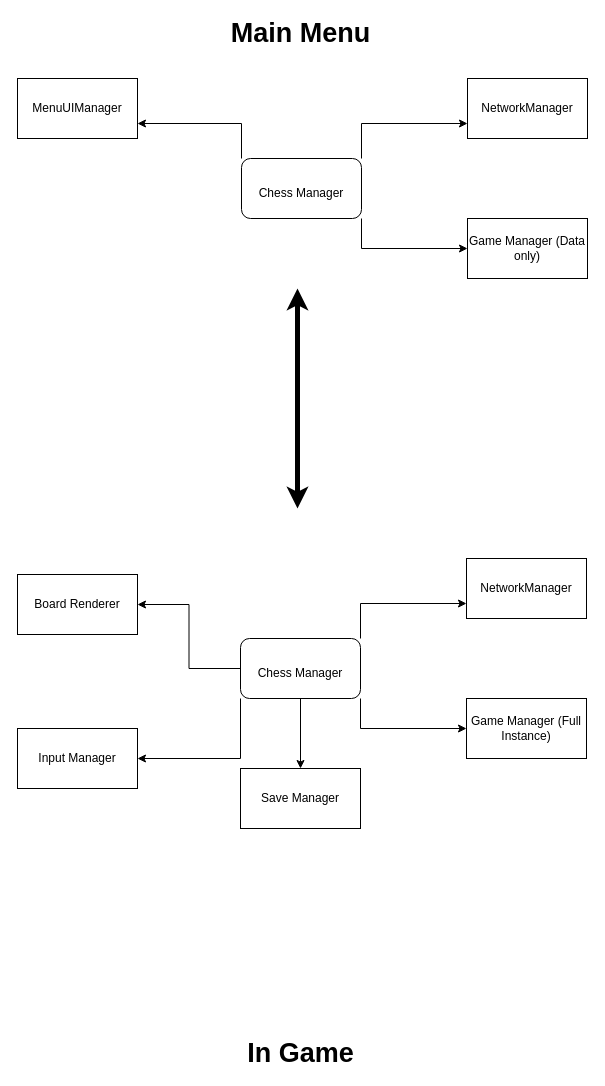
Earlier version of the draw.io diagram page "Chess Manager" (2 of 5) of Plan Diagram (draw.io).drawio (Robert-M-Lucas/NEA). Source tidied: cells renumbered, new cells numbered last; positions are measured from the earlier drawing's top-left corner, leaving out a move shared by most shapes. Both pictures are drawn from the tidied source at 100%, with x=0, y=0 at pixel (17, 18).
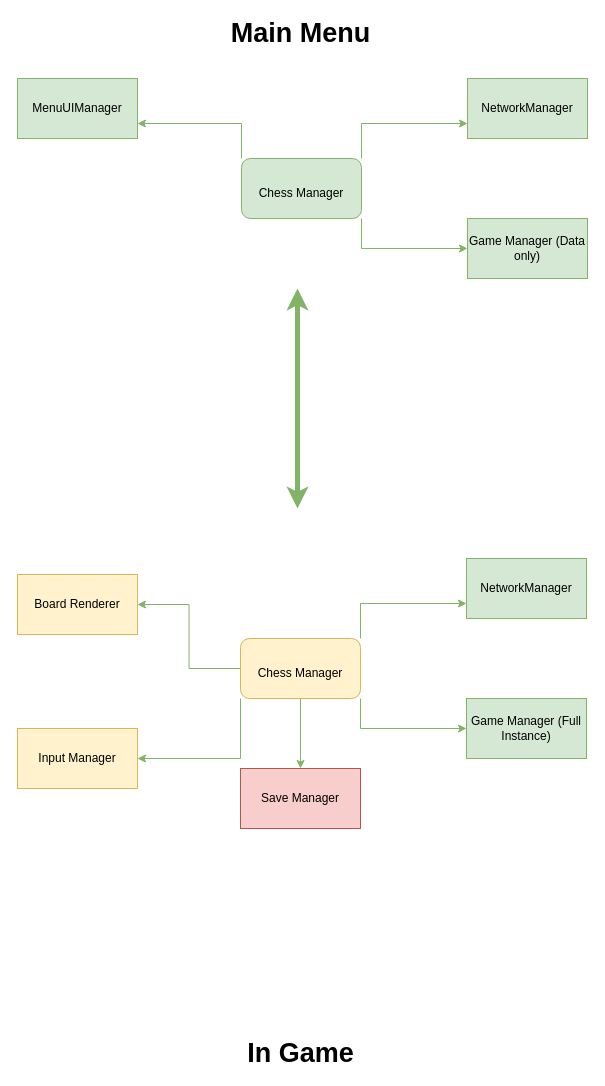
Above is the later version.

Diff of the diagram source:
```diff
@@
-    <mxCell id="4" style="edgeStyle=orthogonalEdgeStyle;rounded=0;jettySize=auto;html=1;exitX=0;exitY=0;exitDx=0;exitDy=0;entryX=1;entryY=0.75;entryDx=0;entryDy=0;fontSize=12;" parent="1" edge="1" source="7" target="8">
+    <mxCell id="4" style="edgeStyle=orthogonalEdgeStyle;rounded=0;jettySize=auto;html=1;exitX=0;exitY=0;exitDx=0;exitDy=0;entryX=1;entryY=0.75;entryDx=0;entryDy=0;fontSize=12;fillColor=#d5e8d4;strokeColor=#82b366;" parent="1" edge="1" source="7" target="8">
       <mxGeometry relative="1" as="geometry" />
     </mxCell>
-    <mxCell id="5" style="edgeStyle=orthogonalEdgeStyle;rounded=0;jettySize=auto;html=1;exitX=1;exitY=0;exitDx=0;exitDy=0;fontSize=12;entryX=0;entryY=0.75;entryDx=0;entryDy=0;" parent="1" edge="1" source="7" target="9">
+    <mxCell id="5" style="edgeStyle=orthogonalEdgeStyle;rounded=0;jettySize=auto;html=1;exitX=1;exitY=0;exitDx=0;exitDy=0;fontSize=12;entryX=0;entryY=0.75;entryDx=0;entryDy=0;fillColor=#d5e8d4;strokeColor=#82b366;" parent="1" edge="1" source="7" target="9">
       <mxGeometry relative="1" as="geometry" />
     </mxCell>
-    <mxCell id="6" style="edgeStyle=orthogonalEdgeStyle;rounded=0;jettySize=auto;html=1;exitX=1;exitY=1;exitDx=0;exitDy=0;entryX=0;entryY=0.5;entryDx=0;entryDy=0;fontSize=12;" parent="1" edge="1" source="7" target="10">
+    <mxCell id="6" style="edgeStyle=orthogonalEdgeStyle;rounded=0;jettySize=auto;html=1;exitX=1;exitY=1;exitDx=0;exitDy=0;entryX=0;entryY=0.5;entryDx=0;entryDy=0;fontSize=12;fillColor=#d5e8d4;strokeColor=#82b366;" parent="1" edge="1" source="7" target="10">
       <mxGeometry relative="1" as="geometry" />
     </mxCell>
-    <mxCell id="7" value="&lt;font style=&quot;font-size: 12px;&quot;&gt;Chess Manager&lt;/font&gt;" style="rounded=1;whiteSpace=wrap;html=1;fontSize=27;" parent="1" vertex="1">
+    <mxCell id="7" value="&lt;font style=&quot;font-size: 12px;&quot;&gt;Chess Manager&lt;/font&gt;" style="rounded=1;whiteSpace=wrap;html=1;fontSize=27;fillColor=#d5e8d4;strokeColor=#82b366;" parent="1" vertex="1">
       <mxGeometry x="224" y="140" width="120" height="60" as="geometry" />
     </mxCell>
-    <mxCell id="8" value="MenuUIManager" style="rounded=0;whiteSpace=wrap;html=1;fontSize=12;" parent="1" vertex="1">
+    <mxCell id="8" value="MenuUIManager" style="rounded=0;whiteSpace=wrap;html=1;fontSize=12;fillColor=#d5e8d4;strokeColor=#82b366;" parent="1" vertex="1">
       <mxGeometry y="60" width="120" height="60" as="geometry" />
     </mxCell>
-    <mxCell id="9" value="NetworkManager" style="rounded=0;whiteSpace=wrap;html=1;fontSize=12;" parent="1" vertex="1">
+    <mxCell id="9" value="NetworkManager" style="rounded=0;whiteSpace=wrap;html=1;fontSize=12;fillColor=#d5e8d4;strokeColor=#82b366;" parent="1" vertex="1">
       <mxGeometry x="450" y="60" width="120" height="60" as="geometry" />
     </mxCell>
-    <mxCell id="10" value="Game Manager (Data only)" style="rounded=0;whiteSpace=wrap;html=1;fontSize=12;" parent="1" vertex="1">
+    <mxCell id="10" value="Game Manager (Data only)" style="rounded=0;whiteSpace=wrap;html=1;fontSize=12;fillColor=#d5e8d4;strokeColor=#82b366;" parent="1" vertex="1">
       <mxGeometry x="450" y="200" width="120" height="60" as="geometry" />
     </mxCell>
-    <mxCell id="11" style="edgeStyle=orthogonalEdgeStyle;rounded=0;jettySize=auto;html=1;exitX=1;exitY=0;exitDx=0;exitDy=0;fontSize=12;entryX=0;entryY=0.75;entryDx=0;entryDy=0;" parent="1" edge="1" source="16" target="17">
+    <mxCell id="11" style="edgeStyle=orthogonalEdgeStyle;rounded=0;jettySize=auto;html=1;exitX=1;exitY=0;exitDx=0;exitDy=0;fontSize=12;entryX=0;entryY=0.75;entryDx=0;entryDy=0;fillColor=#d5e8d4;strokeColor=#82b366;" parent="1" edge="1" source="16" target="17">
       <mxGeometry relative="1" as="geometry" />
     </mxCell>
-    <mxCell id="12" style="edgeStyle=orthogonalEdgeStyle;rounded=0;jettySize=auto;html=1;exitX=1;exitY=1;exitDx=0;exitDy=0;entryX=0;entryY=0.5;entryDx=0;entryDy=0;fontSize=12;" parent="1" edge="1" source="16" target="18">
+    <mxCell id="12" style="edgeStyle=orthogonalEdgeStyle;rounded=0;jettySize=auto;html=1;exitX=1;exitY=1;exitDx=0;exitDy=0;entryX=0;entryY=0.5;entryDx=0;entryDy=0;fontSize=12;fillColor=#d5e8d4;strokeColor=#82b366;" parent="1" edge="1" source="16" target="18">
       <mxGeometry relative="1" as="geometry" />
     </mxCell>
-    <mxCell id="13" style="edgeStyle=orthogonalEdgeStyle;rounded=0;jettySize=auto;html=1;exitX=0.5;exitY=1;exitDx=0;exitDy=0;entryX=0.5;entryY=0;entryDx=0;entryDy=0;fontSize=12;" parent="1" edge="1" source="16" target="19">
+    <mxCell id="13" style="edgeStyle=orthogonalEdgeStyle;rounded=0;jettySize=auto;html=1;exitX=0.5;exitY=1;exitDx=0;exitDy=0;entryX=0.5;entryY=0;entryDx=0;entryDy=0;fontSize=12;fillColor=#d5e8d4;strokeColor=#82b366;" parent="1" edge="1" source="16" target="19">
       <mxGeometry relative="1" as="geometry" />
     </mxCell>
-    <mxCell id="14" style="edgeStyle=orthogonalEdgeStyle;rounded=0;jettySize=auto;html=1;exitX=0;exitY=1;exitDx=0;exitDy=0;entryX=1;entryY=0.5;entryDx=0;entryDy=0;fontSize=12;" parent="1" edge="1" source="16" target="20">
+    <mxCell id="14" style="edgeStyle=orthogonalEdgeStyle;rounded=0;jettySize=auto;html=1;exitX=0;exitY=1;exitDx=0;exitDy=0;entryX=1;entryY=0.5;entryDx=0;entryDy=0;fontSize=12;fillColor=#d5e8d4;strokeColor=#82b366;" parent="1" edge="1" source="16" target="20">
       <mxGeometry relative="1" as="geometry" />
     </mxCell>
-    <mxCell id="15" style="edgeStyle=orthogonalEdgeStyle;rounded=0;jettySize=auto;html=1;exitX=0;exitY=0.5;exitDx=0;exitDy=0;entryX=1;entryY=0.5;entryDx=0;entryDy=0;fontSize=12;" parent="1" edge="1" source="16" target="21">
+    <mxCell id="15" style="edgeStyle=orthogonalEdgeStyle;rounded=0;jettySize=auto;html=1;exitX=0;exitY=0.5;exitDx=0;exitDy=0;entryX=1;entryY=0.5;entryDx=0;entryDy=0;fontSize=12;fillColor=#d5e8d4;strokeColor=#82b366;" parent="1" edge="1" source="16" target="21">
       <mxGeometry relative="1" as="geometry" />
     </mxCell>
-    <mxCell id="16" value="&lt;font style=&quot;font-size: 12px;&quot;&gt;Chess Manager&lt;/font&gt;" style="rounded=1;whiteSpace=wrap;html=1;fontSize=27;" parent="1" vertex="1">
+    <mxCell id="16" value="&lt;font style=&quot;font-size: 12px;&quot;&gt;Chess Manager&lt;/font&gt;" style="rounded=1;whiteSpace=wrap;html=1;fontSize=27;fillColor=#fff2cc;strokeColor=#d6b656;" parent="1" vertex="1">
       <mxGeometry x="223" y="620" width="120" height="60" as="geometry" />
     </mxCell>
-    <mxCell id="17" value="NetworkManager" style="rounded=0;whiteSpace=wrap;html=1;fontSize=12;" parent="1" vertex="1">
+    <mxCell id="17" value="NetworkManager" style="rounded=0;whiteSpace=wrap;html=1;fontSize=12;fillColor=#d5e8d4;strokeColor=#82b366;" parent="1" vertex="1">
       <mxGeometry x="449" y="540" width="120" height="60" as="geometry" />
     </mxCell>
-    <mxCell id="18" value="Game Manager (Full Instance)" style="rounded=0;whiteSpace=wrap;html=1;fontSize=12;" parent="1" vertex="1">
+    <mxCell id="18" value="Game Manager (Full Instance)" style="rounded=0;whiteSpace=wrap;html=1;fontSize=12;fillColor=#d5e8d4;strokeColor=#82b366;" parent="1" vertex="1">
       <mxGeometry x="449" y="680" width="120" height="60" as="geometry" />
     </mxCell>
-    <mxCell id="19" value="Save Manager" style="rounded=0;whiteSpace=wrap;html=1;fontSize=12;" parent="1" vertex="1">
+    <mxCell id="19" value="Save Manager" style="rounded=0;whiteSpace=wrap;html=1;fontSize=12;fillColor=#f8cecc;strokeColor=#b85450;" parent="1" vertex="1">
       <mxGeometry x="223" y="750" width="120" height="60" as="geometry" />
     </mxCell>
-    <mxCell id="20" value="Input Manager" style="rounded=0;whiteSpace=wrap;html=1;fontSize=12;" parent="1" vertex="1">
+    <mxCell id="20" value="Input Manager" style="rounded=0;whiteSpace=wrap;html=1;fontSize=12;fillColor=#fff2cc;strokeColor=#d6b656;" parent="1" vertex="1">
       <mxGeometry y="710" width="120" height="60" as="geometry" />
     </mxCell>
-    <mxCell id="21" value="Board Renderer" style="rounded=0;whiteSpace=wrap;html=1;fontSize=12;" parent="1" vertex="1">
+    <mxCell id="21" value="Board Renderer" style="rounded=0;whiteSpace=wrap;html=1;fontSize=12;fillColor=#fff2cc;strokeColor=#d6b656;" parent="1" vertex="1">
       <mxGeometry y="556" width="120" height="60" as="geometry" />
     </mxCell>
-    <mxCell id="22" style="endArrow=classic;startArrow=classic;html=1;rounded=0;fontSize=12;jumpSize=6;strokeWidth=5;" parent="1" edge="1">
+    <mxCell id="22" style="endArrow=classic;startArrow=classic;html=1;rounded=0;fontSize=12;jumpSize=6;strokeWidth=5;fillColor=#d5e8d4;strokeColor=#82b366;" parent="1" edge="1">
       <mxGeometry relative="1" as="geometry">
         <mxPoint x="280" y="490" as="sourcePoint" />
         <mxPoint x="280" y="270" as="targetPoint" />
       </mxGeometry>
     </mxCell>
```
